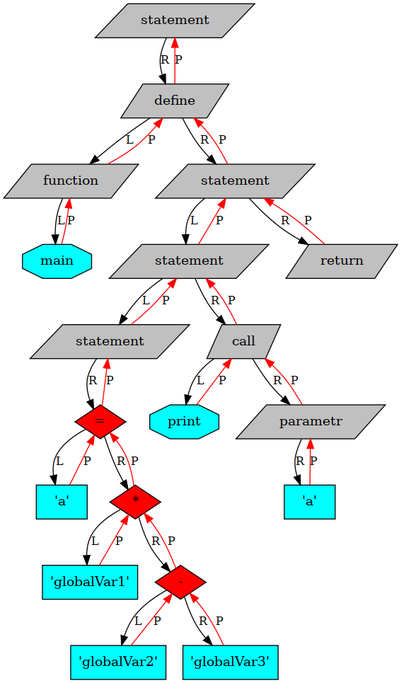
Before: graphviz.png, a diagram exported from Graphviz (vihlancevk/MyProgrammingLanguage). Its source is kept beside it as graphviz.gv.
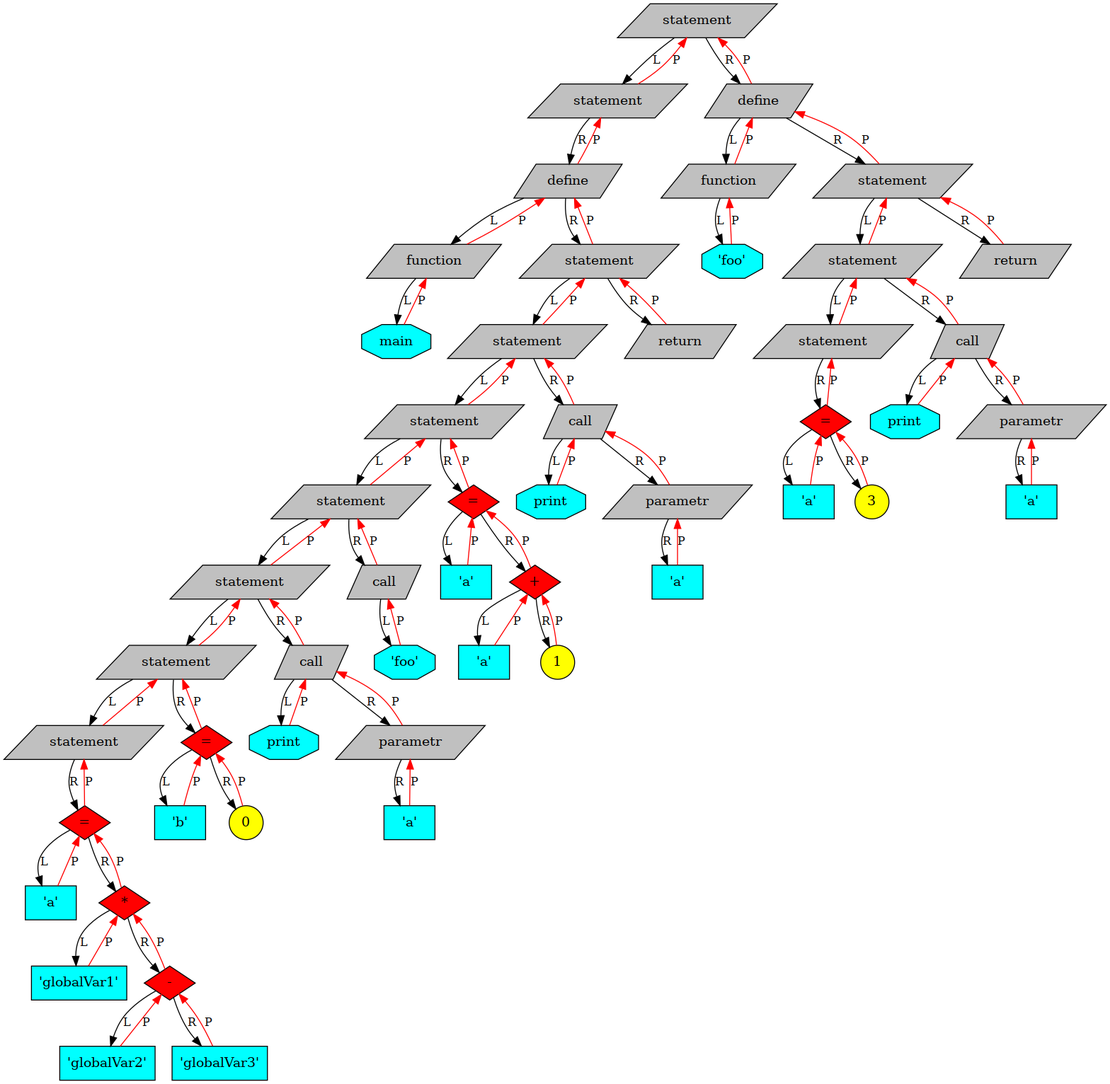
The same file after the commit.

Commit message:
Fixed call function

What changed in the source:
```diff
@@ -4,61 +4,160 @@
 
 	node[fontsize=14];
 
-	94811254979568[shape=record, shape=parallelogram, style="filled", fillcolor=grey, label="statement"];
-	94811254979632[shape=record, shape=parallelogram, style="filled", fillcolor=grey, label="define"];
-	94811254980112[shape=record, shape=parallelogram, style="filled", fillcolor=grey, label="function"];
-	94811254980592[shape=record, shape=octagon, style="filled", fillcolor=cyan, label="main"];
-	94811255003472[shape=record, shape=parallelogram, style="filled", fillcolor=grey, label="statement"];
-	94811255001072[shape=record, shape=parallelogram, style="filled", fillcolor=grey, label="statement"];
-	94811254981072[shape=record, shape=parallelogram, style="filled", fillcolor=grey, label="statement"];
-	94811254981136[shape=record, shape=diamond, style="filled", fillcolor=red, label="="];
-	94811254981616[shape=record, shape=rectangle, style="filled", fillcolor=cyan, label="'a'"];
-	94811255000176[shape=record, shape=diamond, style="filled", fillcolor=red, label="*"];
-	94811254981680[shape=record, shape=rectangle, style="filled", fillcolor=cyan, label="'globalVar1'"];
-	94811254999696[shape=record, shape=diamond, style="filled", fillcolor=red, label="-"];
-	94811254981744[shape=record, shape=rectangle, style="filled", fillcolor=cyan, label="'globalVar2'"];
-	94811254999216[shape=record, shape=rectangle, style="filled", fillcolor=cyan, label="'globalVar3'"];
-	94811255001136[shape=record, shape=parallelogram, style="filled", fillcolor=grey, label="call"];
-	94811255001616[shape=record, shape=octagon, style="filled", fillcolor=cyan, label="print"];
-	94811255002096[shape=record, shape=parallelogram, style="filled", fillcolor=grey, label="parametr"];
-	94811255002160[shape=record, shape=rectangle, style="filled", fillcolor=cyan, label="'a'"];
-	94811255003536[shape=record, shape=parallelogram, style="filled", fillcolor=grey, label="return"];
+	94245238680848[shape=record, shape=parallelogram, style="filled", fillcolor=grey, label="statement"];
+	94245238631792[shape=record, shape=parallelogram, style="filled", fillcolor=grey, label="statement"];
+	94245238631856[shape=record, shape=parallelogram, style="filled", fillcolor=grey, label="define"];
+	94245238632336[shape=record, shape=parallelogram, style="filled", fillcolor=grey, label="function"];
+	94245238632816[shape=record, shape=octagon, style="filled", fillcolor=cyan, label="main"];
+	94245238679472[shape=record, shape=parallelogram, style="filled", fillcolor=grey, label="statement"];
+	94245238677072[shape=record, shape=parallelogram, style="filled", fillcolor=grey, label="statement"];
+	94245238674608[shape=record, shape=parallelogram, style="filled", fillcolor=grey, label="statement"];
+	94245238673168[shape=record, shape=parallelogram, style="filled", fillcolor=grey, label="statement"];
+	94245238670768[shape=record, shape=parallelogram, style="filled", fillcolor=grey, label="statement"];
+	94245238669264[shape=record, shape=parallelogram, style="filled", fillcolor=grey, label="statement"];
+	94245238633296[shape=record, shape=parallelogram, style="filled", fillcolor=grey, label="statement"];
+	94245238633360[shape=record, shape=diamond, style="filled", fillcolor=red, label="="];
+	94245238633424[shape=record, shape=rectangle, style="filled", fillcolor=cyan, label="'a'"];
+	94245238633744[shape=record, shape=diamond, style="filled", fillcolor=red, label="*"];
+	94245238633488[shape=record, shape=rectangle, style="filled", fillcolor=cyan, label="'globalVar1'"];
+	94245238633680[shape=record, shape=diamond, style="filled", fillcolor=red, label="-"];
+	94245238633552[shape=record, shape=rectangle, style="filled", fillcolor=cyan, label="'globalVar2'"];
+	94245238633616[shape=record, shape=rectangle, style="filled", fillcolor=cyan, label="'globalVar3'"];
+	94245238669328[shape=record, shape=diamond, style="filled", fillcolor=red, label="="];
+	94245238669808[shape=record, shape=rectangle, style="filled", fillcolor=cyan, label="'b'"];
+	94245238670288[shape=record, shape=circle, style="filled", fillcolor=yellow, label="0"];
+	94245238670832[shape=record, shape=parallelogram, style="filled", fillcolor=grey, label="call"];
+	94245238671312[shape=record, shape=octagon, style="filled", fillcolor=cyan, label="print"];
+	94245238671792[shape=record, shape=parallelogram, style="filled", fillcolor=grey, label="parametr"];
+	94245238671856[shape=record, shape=rectangle, style="filled", fillcolor=cyan, label="'a'"];
+	94245238673232[shape=record, shape=parallelogram, style="filled", fillcolor=grey, label="call"];
+	94245238673712[shape=record, shape=octagon, style="filled", fillcolor=cyan, label="'foo'"];
+	94245238674672[shape=record, shape=diamond, style="filled", fillcolor=red, label="="];
+	94245238675152[shape=record, shape=rectangle, style="filled", fillcolor=cyan, label="'a'"];
+	94245238676176[shape=record, shape=diamond, style="filled", fillcolor=red, label="+"];
+	94245238675632[shape=record, shape=rectangle, style="filled", fillcolor=cyan, label="'a'"];
+	94245238676112[shape=record, shape=circle, style="filled", fillcolor=yellow, label="1"];
+	94245238677136[shape=record, shape=parallelogram, style="filled", fillcolor=grey, label="call"];
+	94245238677616[shape=record, shape=octagon, style="filled", fillcolor=cyan, label="print"];
+	94245238678096[shape=record, shape=parallelogram, style="filled", fillcolor=grey, label="parametr"];
+	94245238678160[shape=record, shape=rectangle, style="filled", fillcolor=cyan, label="'a'"];
+	94245238679536[shape=record, shape=parallelogram, style="filled", fillcolor=grey, label="return"];
+	94245238680912[shape=record, shape=parallelogram, style="filled", fillcolor=grey, label="define"];
+	94245238681392[shape=record, shape=parallelogram, style="filled", fillcolor=grey, label="function"];
+	94245238681872[shape=record, shape=octagon, style="filled", fillcolor=cyan, label="'foo'"];
+	94245238686256[shape=record, shape=parallelogram, style="filled", fillcolor=grey, label="statement"];
+	94245238683856[shape=record, shape=parallelogram, style="filled", fillcolor=grey, label="statement"];
+	94245238682352[shape=record, shape=parallelogram, style="filled", fillcolor=grey, label="statement"];
+	94245238682416[shape=record, shape=diamond, style="filled", fillcolor=red, label="="];
+	94245238682896[shape=record, shape=rectangle, style="filled", fillcolor=cyan, label="'a'"];
+	94245238683376[shape=record, shape=circle, style="filled", fillcolor=yellow, label="3"];
+	94245238683920[shape=record, shape=parallelogram, style="filled", fillcolor=grey, label="call"];
+	94245238684400[shape=record, shape=octagon, style="filled", fillcolor=cyan, label="print"];
+	94245238684880[shape=record, shape=parallelogram, style="filled", fillcolor=grey, label="parametr"];
+	94245238684944[shape=record, shape=rectangle, style="filled", fillcolor=cyan, label="'a'"];
+	94245238686320[shape=record, shape=parallelogram, style="filled", fillcolor=grey, label="return"];
 
-	94811254979568 -> 94811254979632[label = "R", fontsize=12]
-	94811254979632 -> 94811254979568[label = "P", color=red, fontsize=12]
-	94811254979632 -> 94811254980112[label = "L", fontsize=12]
-	94811254979632 -> 94811255003472[label = "R", fontsize=12]
-	94811254980112 -> 94811254979632[label = "P", color=red, fontsize=12]
-	94811254980112 -> 94811254980592[label = "L", fontsize=12]
-	94811254980592 -> 94811254980112[label = "P", color=red, fontsize=12]
-	94811255003472 -> 94811254979632[label = "P", color=red, fontsize=12]
-	94811255003472 -> 94811255001072[label = "L", fontsize=12]
-	94811255003472 -> 94811255003536[label = "R", fontsize=12]
-	94811255001072 -> 94811255003472[label = "P", color=red, fontsize=12]
-	94811255001072 -> 94811254981072[label = "L", fontsize=12]
-	94811255001072 -> 94811255001136[label = "R", fontsize=12]
-	94811254981072 -> 94811255001072[label = "P", color=red, fontsize=12]
-	94811254981072 -> 94811254981136[label = "R", fontsize=12]
-	94811254981136 -> 94811254981072[label = "P", color=red, fontsize=12]
-	94811254981136 -> 94811254981616[label = "L", fontsize=12]
-	94811254981136 -> 94811255000176[label = "R", fontsize=12]
-	94811254981616 -> 94811254981136[label = "P", color=red, fontsize=12]
-	94811255000176 -> 94811254981136[label = "P", color=red, fontsize=12]
-	94811255000176 -> 94811254981680[label = "L", fontsize=12]
-	94811255000176 -> 94811254999696[label = "R", fontsize=12]
-	94811254981680 -> 94811255000176[label = "P", color=red, fontsize=12]
-	94811254999696 -> 94811255000176[label = "P", color=red, fontsize=12]
-	94811254999696 -> 94811254981744[label = "L", fontsize=12]
-	94811254999696 -> 94811254999216[label = "R", fontsize=12]
-	94811254981744 -> 94811254999696[label = "P", color=red, fontsize=12]
-	94811254999216 -> 94811254999696[label = "P", color=red, fontsize=12]
-	94811255001136 -> 94811255001072[label = "P", color=red, fontsize=12]
-	94811255001136 -> 94811255001616[label = "L", fontsize=12]
-	94811255001136 -> 94811255002096[label = "R", fontsize=12]
-	94811255001616 -> 94811255001136[label = "P", color=red, fontsize=12]
-	94811255002096 -> 94811255001136[label = "P", color=red, fontsize=12]
-	94811255002096 -> 94811255002160[label = "R", fontsize=12]
-	94811255002160 -> 94811255002096[label = "P", color=red, fontsize=12]
-	94811255003536 -> 94811255003472[label = "P", color=red, fontsize=12]
+	94245238680848 -> 94245238631792[label = "L", fontsize=12]
+	94245238680848 -> 94245238680912[label = "R", fontsize=12]
+	94245238631792 -> 94245238680848[label = "P", color=red, fontsize=12]
+	94245238631792 -> 94245238631856[label = "R", fontsize=12]
+	94245238631856 -> 94245238631792[label = "P", color=red, fontsize=12]
+	94245238631856 -> 94245238632336[label = "L", fontsize=12]
+	94245238631856 -> 94245238679472[label = "R", fontsize=12]
+	94245238632336 -> 94245238631856[label = "P", color=red, fontsize=12]
+	94245238632336 -> 94245238632816[label = "L", fontsize=12]
+	94245238632816 -> 94245238632336[label = "P", color=red, fontsize=12]
+	94245238679472 -> 94245238631856[label = "P", color=red, fontsize=12]
+	94245238679472 -> 94245238677072[label = "L", fontsize=12]
+	94245238679472 -> 94245238679536[label = "R", fontsize=12]
+	94245238677072 -> 94245238679472[label = "P", color=red, fontsize=12]
+	94245238677072 -> 94245238674608[label = "L", fontsize=12]
+	94245238677072 -> 94245238677136[label = "R", fontsize=12]
+	94245238674608 -> 94245238677072[label = "P", color=red, fontsize=12]
+	94245238674608 -> 94245238673168[label = "L", fontsize=12]
+	94245238674608 -> 94245238674672[label = "R", fontsize=12]
+	94245238673168 -> 94245238674608[label = "P", color=red, fontsize=12]
+	94245238673168 -> 94245238670768[label = "L", fontsize=12]
+	94245238673168 -> 94245238673232[label = "R", fontsize=12]
+	94245238670768 -> 94245238673168[label = "P", color=red, fontsize=12]
+	94245238670768 -> 94245238669264[label = "L", fontsize=12]
+	94245238670768 -> 94245238670832[label = "R", fontsize=12]
+	94245238669264 -> 94245238670768[label = "P", color=red, fontsize=12]
+	94245238669264 -> 94245238633296[label = "L", fontsize=12]
+	94245238669264 -> 94245238669328[label = "R", fontsize=12]
+	94245238633296 -> 94245238669264[label = "P", color=red, fontsize=12]
+	94245238633296 -> 94245238633360[label = "R", fontsize=12]
+	94245238633360 -> 94245238633296[label = "P", color=red, fontsize=12]
+	94245238633360 -> 94245238633424[label = "L", fontsize=12]
+	94245238633360 -> 94245238633744[label = "R", fontsize=12]
+	94245238633424 -> 94245238633360[label = "P", color=red, fontsize=12]
+	94245238633744 -> 94245238633360[label = "P", color=red, fontsize=12]
+	94245238633744 -> 94245238633488[label = "L", fontsize=12]
+	94245238633744 -> 94245238633680[label = "R", fontsize=12]
+	94245238633488 -> 94245238633744[label = "P", color=red, fontsize=12]
+	94245238633680 -> 94245238633744[label = "P", color=red, fontsize=12]
+	94245238633680 -> 94245238633552[label = "L", fontsize=12]
+	94245238633680 -> 94245238633616[label = "R", fontsize=12]
+	94245238633552 -> 94245238633680[label = "P", color=red, fontsize=12]
+	94245238633616 -> 94245238633680[label = "P", color=red, fontsize=12]
+	94245238669328 -> 94245238669264[label = "P", color=red, fontsize=12]
+	94245238669328 -> 94245238669808[label = "L", fontsize=12]
+	94245238669328 -> 94245238670288[label = "R", fontsize=12]
+	94245238669808 -> 94245238669328[label = "P", color=red, fontsize=12]
+	94245238670288 -> 94245238669328[label = "P", color=red, fontsize=12]
+	94245238670832 -> 94245238670768[label = "P", color=red, fontsize=12]
+	94245238670832 -> 94245238671312[label = "L", fontsize=12]
+	94245238670832 -> 94245238671792[label = "R", fontsize=12]
+	94245238671312 -> 94245238670832[label = "P", color=red, fontsize=12]
+	94245238671792 -> 94245238670832[label = "P", color=red, fontsize=12]
+	94245238671792 -> 94245238671856[label = "R", fontsize=12]
+	94245238671856 -> 94245238671792[label = "P", color=red, fontsize=12]
+	94245238673232 -> 94245238673168[label = "P", color=red, fontsize=12]
+	94245238673232 -> 94245238673712[label = "L", fontsize=12]
+	94245238673712 -> 94245238673232[label = "P", color=red, fontsize=12]
+	94245238674672 -> 94245238674608[label = "P", color=red, fontsize=12]
+	94245238674672 -> 94245238675152[label = "L", fontsize=12]
+	94245238674672 -> 94245238676176[label = "R", fontsize=12]
+	94245238675152 -> 94245238674672[label = "P", color=red, fontsize=12]
+	94245238676176 -> 94245238674672[label = "P", color=red, fontsize=12]
+	94245238676176 -> 94245238675632[label = "L", fontsize=12]
+	94245238676176 -> 94245238676112[label = "R", fontsize=12]
+	94245238675632 -> 94245238676176[label = "P", color=red, fontsize=12]
+	94245238676112 -> 94245238676176[label = "P", color=red, fontsize=12]
+	94245238677136 -> 94245238677072[label = "P", color=red, fontsize=12]
+	94245238677136 -> 94245238677616[label = "L", fontsize=12]
+	94245238677136 -> 94245238678096[label = "R", fontsize=12]
+	94245238677616 -> 94245238677136[label = "P", color=red, fontsize=12]
+	94245238678096 -> 94245238677136[label = "P", color=red, fontsize=12]
+	94245238678096 -> 94245238678160[label = "R", fontsize=12]
+	94245238678160 -> 94245238678096[label = "P", color=red, fontsize=12]
+	94245238679536 -> 94245238679472[label = "P", color=red, fontsize=12]
+	94245238680912 -> 94245238680848[label = "P", color=red, fontsize=12]
+	94245238680912 -> 94245238681392[label = "L", fontsize=12]
+	94245238680912 -> 94245238686256[label = "R", fontsize=12]
+	94245238681392 -> 94245238680912[label = "P", color=red, fontsize=12]
+	94245238681392 -> 94245238681872[label = "L", fontsize=12]
+	94245238681872 -> 94245238681392[label = "P", color=red, fontsize=12]
+	94245238686256 -> 94245238680912[label = "P", color=red, fontsize=12]
+	94245238686256 -> 94245238683856[label = "L", fontsize=12]
+	94245238686256 -> 94245238686320[label = "R", fontsize=12]
+	94245238683856 -> 94245238686256[label = "P", color=red, fontsize=12]
+	94245238683856 -> 94245238682352[label = "L", fontsize=12]
+	94245238683856 -> 94245238683920[label = "R", fontsize=12]
+	94245238682352 -> 94245238683856[label = "P", color=red, fontsize=12]
+	94245238682352 -> 94245238682416[label = "R", fontsize=12]
+	94245238682416 -> 94245238682352[label = "P", color=red, fontsize=12]
+	94245238682416 -> 94245238682896[label = "L", fontsize=12]
+	94245238682416 -> 94245238683376[label = "R", fontsize=12]
+	94245238682896 -> 94245238682416[label = "P", color=red, fontsize=12]
+	94245238683376 -> 94245238682416[label = "P", color=red, fontsize=12]
+	94245238683920 -> 94245238683856[label = "P", color=red, fontsize=12]
+	94245238683920 -> 94245238684400[label = "L", fontsize=12]
+	94245238683920 -> 94245238684880[label = "R", fontsize=12]
+	94245238684400 -> 94245238683920[label = "P", color=red, fontsize=12]
+	94245238684880 -> 94245238683920[label = "P", color=red, fontsize=12]
+	94245238684880 -> 94245238684944[label = "R", fontsize=12]
+	94245238684944 -> 94245238684880[label = "P", color=red, fontsize=12]
+	94245238686320 -> 94245238686256[label = "P", color=red, fontsize=12]
 
 }
```
